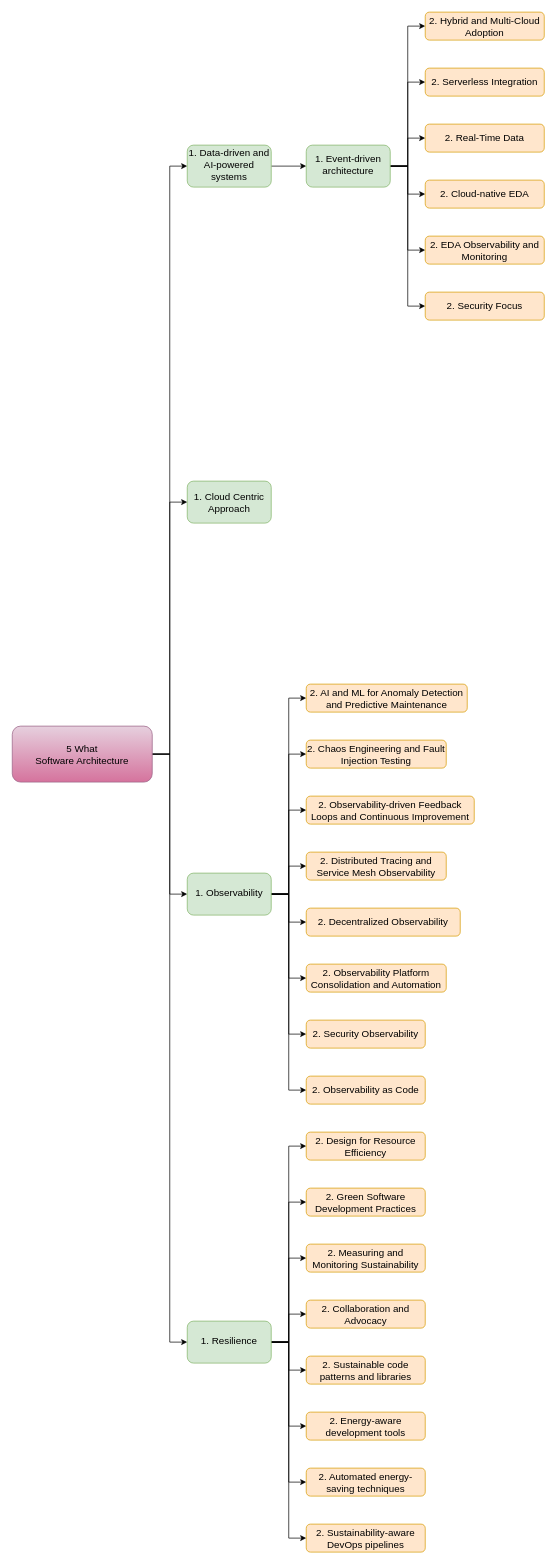
The draw.io diagram page "Copy of FiveWhatSA" (1 of 6) of FiveWhatSoftwareArch.drawio in Gaur4vGaur/probable-octo, before the edit. Source tidied: cells renumbered, new cells numbered last; positions are measured from the earlier drawing's top-left corner, leaving out a move shared by most shapes. Both pictures are drawn from the tidied source at 70%, with x=0, y=0 at pixel (12, 12).
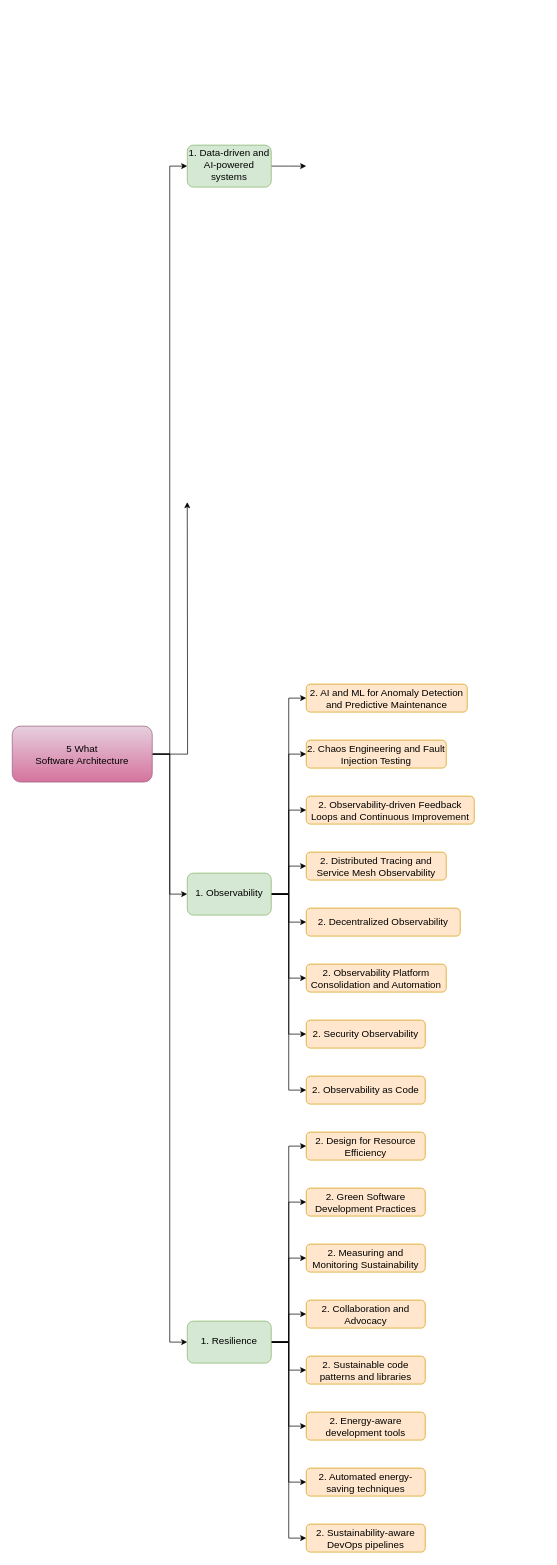
Above is the later version.

Unchanged cells that the change refers to:
```xml
<mxCell id="7" value="5 What&lt;br&gt;Software Architecture" style="rounded=1;whiteSpace=wrap;html=1;fontSize=14;fillColor=#e6d0de;strokeColor=#996185;gradientColor=#d5739d;" parent="1" vertex="1">
  <mxGeometry y="1019.8" width="200" height="80" as="geometry" />
</mxCell>
<mxCell id="9" value="1.&amp;nbsp;&lt;span style=&quot;background-color: initial;&quot;&gt;Data-driven and AI-powered systems&lt;br&gt;&lt;/span&gt;&lt;ul style=&quot;--tw-border-spacing-x: 0; --tw-border-spacing-y: 0; --tw-translate-x: 0; --tw-translate-y: 0; --tw-rotate: 0; --tw-skew-x: 0; --tw-skew-y: 0; --tw-scale-x: 1; --tw-scale-y: 1; --tw-pan-x: ; --tw-pan-y: ; --tw-pinch-zoom: ; --tw-scroll-snap-strictness: proximity; --tw-ordinal: ; --tw-slashed-zero: ; --tw-numeric-figure: ; --tw-numeric-spacing: ; --tw-numeric-fraction: ; --tw-ring-inset: ; --tw-ring-offset-width: 0px; --tw-ring-offset-color: #fff; --tw-ring-color: rgb(59 130 246 / .5); --tw-ring-offset-shadow: 0 0 #0000; --tw-ring-shadow: 0 0 #0000; --tw-shadow: 0 0 #0000; --tw-shadow-colored: 0 0 #0000; --tw-blur: ; --tw-brightness: ; --tw-contrast: ; --tw-grayscale: ; --tw-hue-rotate: ; --tw-invert: ; --tw-saturate: ; --tw-sepia: ; --tw-drop-shadow: ; --tw-backdrop-blur: ; --tw-backdrop-brightness: ; --tw-backdrop-contrast: ; --tw-backdrop-grayscale: ; --tw-backdrop-hue-rotate: ; --tw-backdrop-invert: ; --tw-backdrop-opacity: ; --tw-backdrop-saturate: ; --tw-backdrop-sepia: ; margin: 4px 0px; padding-inline-start: 36px;&quot;&gt;&lt;span style=&quot;--tw-border-spacing-x: 0; --tw-border-spacing-y: 0; --tw-translate-x: 0; --tw-translate-y: 0; --tw-rotate: 0; --tw-skew-x: 0; --tw-skew-y: 0; --tw-scale-x: 1; --tw-scale-y: 1; --tw-pan-x: ; --tw-pan-y: ; --tw-pinch-zoom: ; --tw-scroll-snap-strictness: proximity; --tw-ordinal: ; --tw-slashed-zero: ; --tw-numeric-figure: ; --tw-numeric-spacing: ; --tw-numeric-fraction: ; --tw-ring-inset: ; --tw-ring-offset-width: 0px; --tw-ring-offset-color: #fff; --tw-ring-color: rgb(59 130 246 / .5); --tw-ring-offset-shadow: 0 0 #0000; --tw-ring-shadow: 0 0 #0000; --tw-shadow: 0 0 #0000; --tw-shadow-colored: 0 0 #0000; --tw-blur: ; --tw-brightness: ; --tw-contrast: ; --tw-grayscale: ; --tw-hue-rotate: ; --tw-invert: ; --tw-saturate: ; --tw-sepia: ; --tw-drop-shadow: ; --tw-backdrop-blur: ; --tw-backdrop-brightness: ; --tw-backdrop-contrast: ; --tw-backdrop-grayscale: ; --tw-backdrop-hue-rotate: ; --tw-backdrop-invert: ; --tw-backdrop-opacity: ; --tw-backdrop-saturate: ; --tw-backdrop-sepia: ; color: rgb(227, 227, 227); font-family: &amp;quot;Google Sans&amp;quot;, &amp;quot;Helvetica Neue&amp;quot;, sans-serif; font-size: 16px; text-align: start; background-color: rgb(19, 19, 20);&quot;&gt;&lt;/span&gt;&lt;/ul&gt;" style="rounded=1;whiteSpace=wrap;html=1;fontSize=14;fillColor=#d5e8d4;strokeColor=#82b366;" parent="1" vertex="1">
  <mxGeometry x="250" y="189.8" width="120" height="60" as="geometry" />
</mxCell>
```

What changed in the source:
```diff
@@
-    <mxCell id="2" value="1. Cloud Centric Approach" style="rounded=1;whiteSpace=wrap;html=1;fontSize=14;fillColor=#d5e8d4;strokeColor=#82b366;" parent="1" vertex="1">
-      <mxGeometry x="250" y="669.8" width="120" height="60" as="geometry" />
-    </mxCell>
@@
-    <mxCell id="4" style="edgeStyle=orthogonalEdgeStyle;rounded=0;jettySize=auto;html=1;entryX=0;entryY=0.5;entryDx=0;entryDy=0;" parent="1" edge="1" source="7" target="2">
-      <mxGeometry relative="1" as="geometry" />
+    <mxCell id="4" style="edgeStyle=orthogonalEdgeStyle;rounded=0;jettySize=auto;html=1;entryX=0;entryY=0.5;entryDx=0;entryDy=0;" parent="1" edge="1" source="7">
+      <mxGeometry relative="1" as="geometry">
+        <mxPoint x="250" y="699.8" as="targetPoint" />
+      </mxGeometry>
     </mxCell>
@@
-    <mxCell id="8" style="edgeStyle=orthogonalEdgeStyle;shape=connector;rounded=0;jettySize=auto;html=1;labelBackgroundColor=default;strokeColor=default;align=center;verticalAlign=middle;fontFamily=Helvetica;fontSize=11;fontColor=default;endArrow=classic;orthogonal=1;" parent="1" edge="1" source="9" target="16">
-      <mxGeometry relative="1" as="geometry" />
+    <mxCell id="8" style="edgeStyle=orthogonalEdgeStyle;shape=connector;rounded=0;jettySize=auto;html=1;labelBackgroundColor=default;strokeColor=default;align=center;verticalAlign=middle;fontFamily=Helvetica;fontSize=11;fontColor=default;endArrow=classic;orthogonal=1;" parent="1" edge="1" source="9">
+      <mxGeometry relative="1" as="geometry">
+        <mxPoint x="420" y="219.8" as="targetPoint" />
+      </mxGeometry>
     </mxCell>
@@
-    <mxCell id="10" style="edgeStyle=orthogonalEdgeStyle;rounded=0;jettySize=auto;html=1;entryX=0;entryY=0.5;entryDx=0;entryDy=0;" parent="1" edge="1" source="16" target="27">
-      <mxGeometry relative="1" as="geometry" />
-    </mxCell>
-    <mxCell id="11" style="edgeStyle=orthogonalEdgeStyle;rounded=0;jettySize=auto;html=1;entryX=0;entryY=0.5;entryDx=0;entryDy=0;" parent="1" edge="1" source="16" target="26">
-      <mxGeometry relative="1" as="geometry" />
-    </mxCell>
-    <mxCell id="12" style="edgeStyle=orthogonalEdgeStyle;rounded=0;jettySize=auto;html=1;entryX=0;entryY=0.5;entryDx=0;entryDy=0;" parent="1" edge="1" source="16" target="28">
-      <mxGeometry relative="1" as="geometry" />
-    </mxCell>
-    <mxCell id="13" style="edgeStyle=orthogonalEdgeStyle;rounded=0;jettySize=auto;html=1;entryX=0;entryY=0.5;entryDx=0;entryDy=0;" parent="1" edge="1" source="16" target="31">
-      <mxGeometry relative="1" as="geometry" />
-    </mxCell>
-    <mxCell id="14" style="edgeStyle=orthogonalEdgeStyle;rounded=0;jettySize=auto;html=1;entryX=0;entryY=0.5;entryDx=0;entryDy=0;" parent="1" edge="1" source="16" target="30">
-      <mxGeometry relative="1" as="geometry" />
-    </mxCell>
-    <mxCell id="15" style="edgeStyle=orthogonalEdgeStyle;rounded=0;jettySize=auto;html=1;entryX=0;entryY=0.5;entryDx=0;entryDy=0;" parent="1" edge="1" source="16" target="29">
-      <mxGeometry relative="1" as="geometry" />
-    </mxCell>
-    <mxCell id="16" value="1.&amp;nbsp;Event-driven architecture&lt;span style=&quot;background-color: initial;&quot;&gt;&lt;br&gt;&lt;/span&gt;&lt;ul style=&quot;--tw-border-spacing-x: 0; --tw-border-spacing-y: 0; --tw-translate-x: 0; --tw-translate-y: 0; --tw-rotate: 0; --tw-skew-x: 0; --tw-skew-y: 0; --tw-scale-x: 1; --tw-scale-y: 1; --tw-pan-x: ; --tw-pan-y: ; --tw-pinch-zoom: ; --tw-scroll-snap-strictness: proximity; --tw-ordinal: ; --tw-slashed-zero: ; --tw-numeric-figure: ; --tw-numeric-spacing: ; --tw-numeric-fraction: ; --tw-ring-inset: ; --tw-ring-offset-width: 0px; --tw-ring-offset-color: #fff; --tw-ring-color: rgb(59 130 246 / .5); --tw-ring-offset-shadow: 0 0 #0000; --tw-ring-shadow: 0 0 #0000; --tw-shadow: 0 0 #0000; --tw-shadow-colored: 0 0 #0000; --tw-blur: ; --tw-brightness: ; --tw-contrast: ; --tw-grayscale: ; --tw-hue-rotate: ; --tw-invert: ; --tw-saturate: ; --tw-sepia: ; --tw-drop-shadow: ; --tw-backdrop-blur: ; --tw-backdrop-brightness: ; --tw-backdrop-contrast: ; --tw-backdrop-grayscale: ; --tw-backdrop-hue-rotate: ; --tw-backdrop-invert: ; --tw-backdrop-opacity: ; --tw-backdrop-saturate: ; --tw-backdrop-sepia: ; margin: 4px 0px; padding-inline-start: 36px;&quot;&gt;&lt;span style=&quot;--tw-border-spacing-x: 0; --tw-border-spacing-y: 0; --tw-translate-x: 0; --tw-translate-y: 0; --tw-rotate: 0; --tw-skew-x: 0; --tw-skew-y: 0; --tw-scale-x: 1; --tw-scale-y: 1; --tw-pan-x: ; --tw-pan-y: ; --tw-pinch-zoom: ; --tw-scroll-snap-strictness: proximity; --tw-ordinal: ; --tw-slashed-zero: ; --tw-numeric-figure: ; --tw-numeric-spacing: ; --tw-numeric-fraction: ; --tw-ring-inset: ; --tw-ring-offset-width: 0px; --tw-ring-offset-color: #fff; --tw-ring-color: rgb(59 130 246 / .5); --tw-ring-offset-shadow: 0 0 #0000; --tw-ring-shadow: 0 0 #0000; --tw-shadow: 0 0 #0000; --tw-shadow-colored: 0 0 #0000; --tw-blur: ; --tw-brightness: ; --tw-contrast: ; --tw-grayscale: ; --tw-hue-rotate: ; --tw-invert: ; --tw-saturate: ; --tw-sepia: ; --tw-drop-shadow: ; --tw-backdrop-blur: ; --tw-backdrop-brightness: ; --tw-backdrop-contrast: ; --tw-backdrop-grayscale: ; --tw-backdrop-hue-rotate: ; --tw-backdrop-invert: ; --tw-backdrop-opacity: ; --tw-backdrop-saturate: ; --tw-backdrop-sepia: ; color: rgb(227, 227, 227); font-family: &amp;quot;Google Sans&amp;quot;, &amp;quot;Helvetica Neue&amp;quot;, sans-serif; font-size: 16px; text-align: start; background-color: rgb(19, 19, 20);&quot;&gt;&lt;/span&gt;&lt;/ul&gt;" style="rounded=1;whiteSpace=wrap;html=1;fontSize=14;fillColor=#d5e8d4;strokeColor=#82b366;" parent="1" vertex="1">
-      <mxGeometry x="420" y="189.8" width="120" height="60" as="geometry" />
-    </mxCell>
@@
-    <mxCell id="26" value="2. Serverless Integration " style="rounded=1;whiteSpace=wrap;html=1;fontSize=14;fillColor=#ffe6cc;strokeColor=#d79b00;" parent="1" vertex="1">
-      <mxGeometry x="590" y="79.8" width="170" height="40" as="geometry" />
-    </mxCell>
-    <mxCell id="27" value="2. Hybrid and Multi-Cloud Adoption " style="rounded=1;whiteSpace=wrap;html=1;fontSize=14;fillColor=#ffe6cc;strokeColor=#d79b00;" parent="1" vertex="1">
-      <mxGeometry x="590" y="-0.2" width="170" height="40" as="geometry" />
-    </mxCell>
-    <mxCell id="28" value="2. Real-Time Data" style="rounded=1;whiteSpace=wrap;html=1;fontSize=14;fillColor=#ffe6cc;strokeColor=#d79b00;" parent="1" vertex="1">
-      <mxGeometry x="590" y="159.8" width="170" height="40" as="geometry" />
-    </mxCell>
-    <mxCell id="29" value="2. Security Focus " style="rounded=1;whiteSpace=wrap;html=1;fontSize=14;fillColor=#ffe6cc;strokeColor=#d79b00;" parent="1" vertex="1">
-      <mxGeometry x="590" y="399.8" width="170" height="40" as="geometry" />
-    </mxCell>
-    <mxCell id="30" value="2. EDA Observability and Monitoring " style="rounded=1;whiteSpace=wrap;html=1;fontSize=14;fillColor=#ffe6cc;strokeColor=#d79b00;" parent="1" vertex="1">
-      <mxGeometry x="590" y="319.8" width="170" height="40" as="geometry" />
-    </mxCell>
-    <mxCell id="31" value="2. Cloud-native EDA " style="rounded=1;whiteSpace=wrap;html=1;fontSize=14;fillColor=#ffe6cc;strokeColor=#d79b00;" parent="1" vertex="1">
-      <mxGeometry x="590" y="239.8" width="170" height="40" as="geometry" />
-    </mxCell>
```
